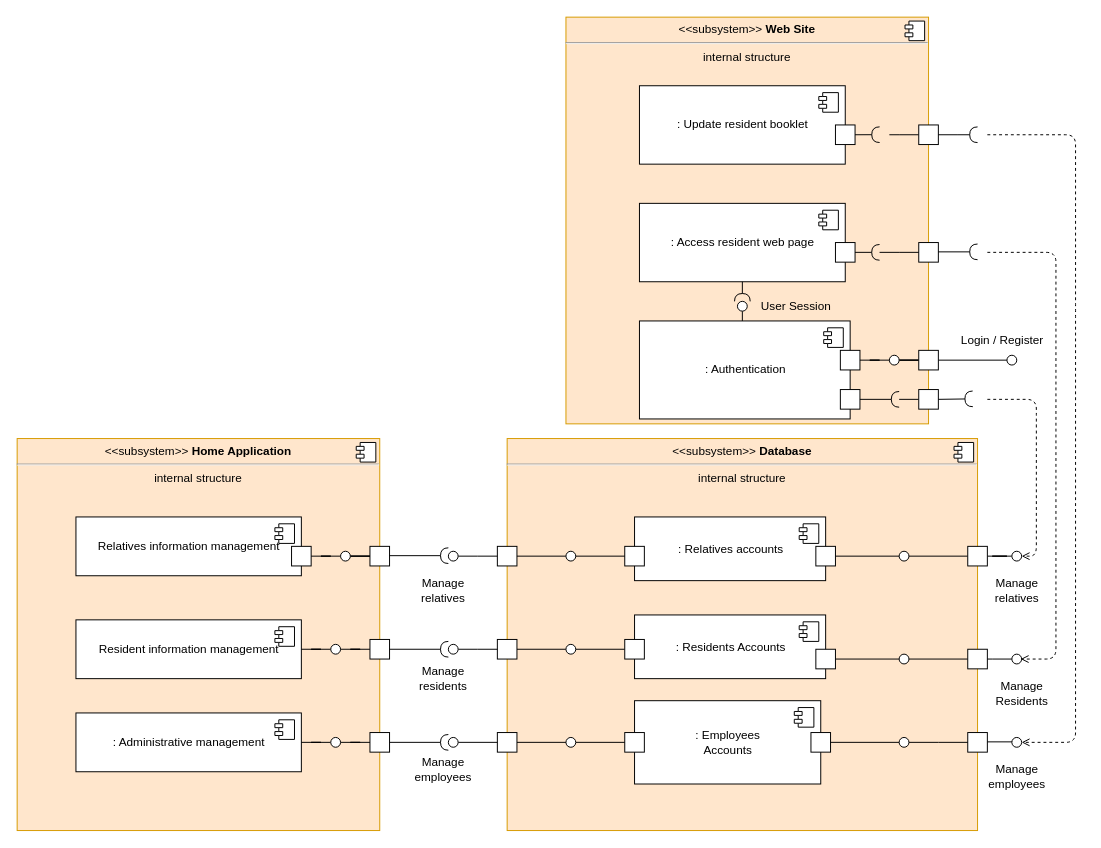
Earlier version of the draw.io diagram 2_Dossier_de_specification_techniques/D. de COMPOSANTS/diagramme de composants.drawio (LekishviliRati/P13_Patient_follow-up_diary). Source tidied: cells renumbered, new cells numbered last; positions are measured from the earlier drawing's top-left corner, leaving out a move shared by most shapes. Both pictures are drawn from the tidied source at 98%, with x=0, y=0 at pixel (17, 17).
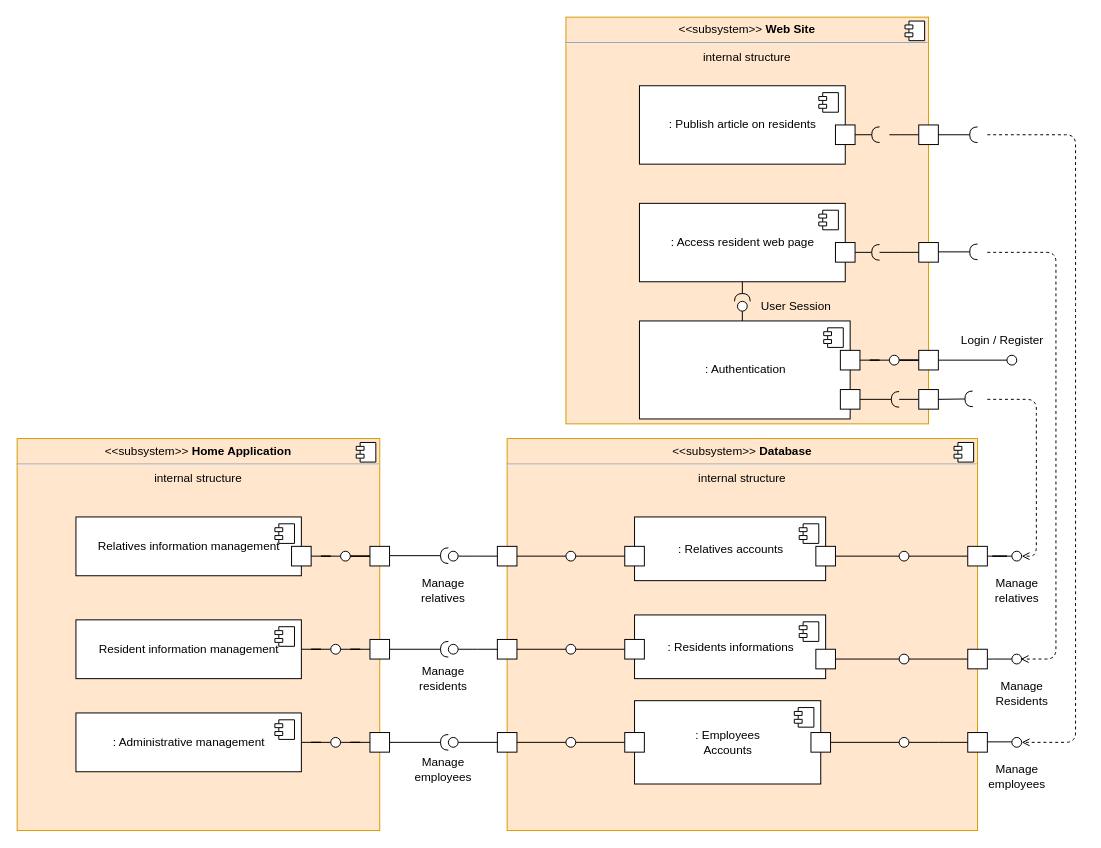
The same page after the edit.

Diff of the diagram source:
```diff
@@
-    <mxCell id="37" value=": Residents Accounts" style="html=1;" parent="1" vertex="1">
+    <mxCell id="37" value=": Residents informations" style="html=1;" parent="1" vertex="1">
       <mxGeometry x="630" y="610" width="195" height="65" as="geometry" />
     </mxCell>
@@
-    <mxCell id="59" value=": Update resident booklet" style="html=1;" parent="1" vertex="1">
+    <mxCell id="59" value=": Publish article on residents" style="html=1;" parent="1" vertex="1">
       <mxGeometry x="635" y="70" width="210" height="80" as="geometry" />
     </mxCell>
```
